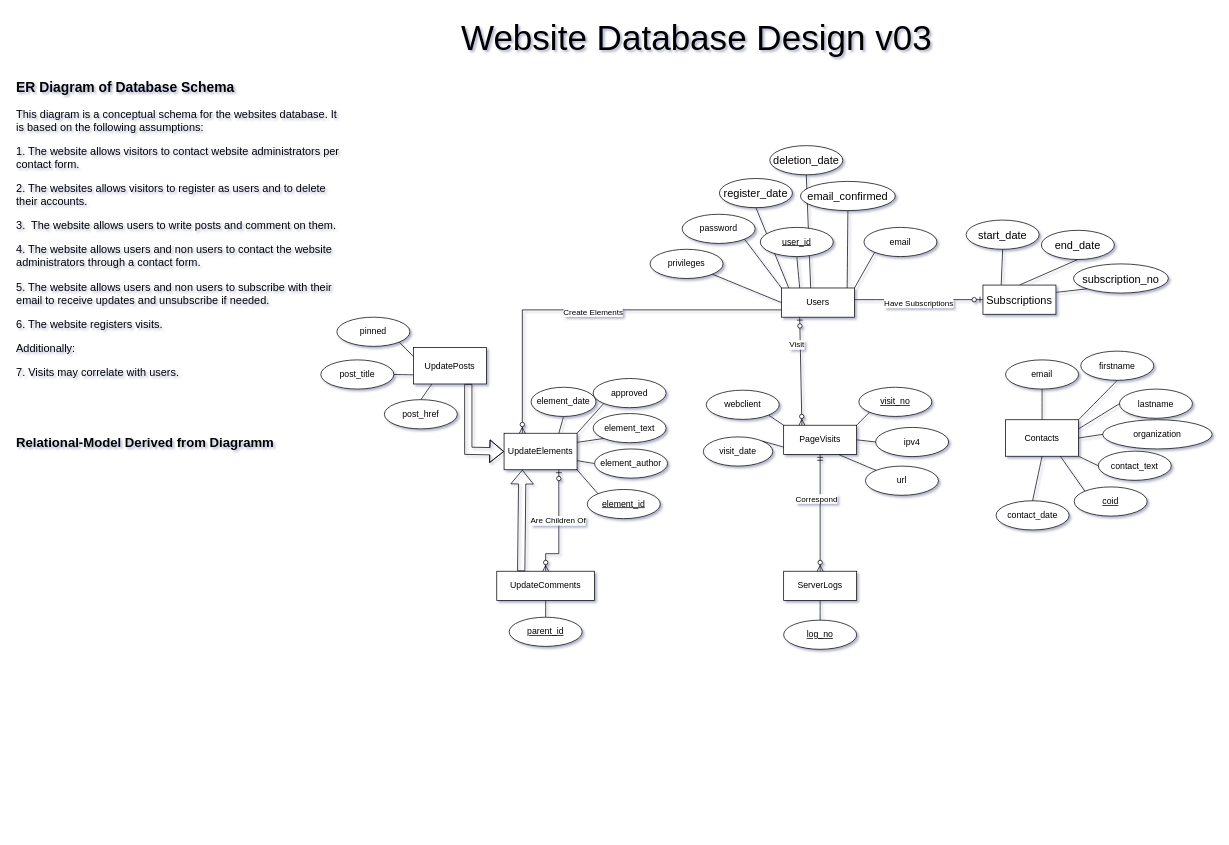
Earlier version of the draw.io diagram website/db/design/schema_v03.drawio (colinhex/website). Source tidied: cells renumbered, new cells numbered last; positions are measured from the earlier drawing's top-left corner, leaving out a move shared by most shapes. Both pictures are drawn from the tidied source at 73%, with x=0, y=0 at pixel (12, 12).
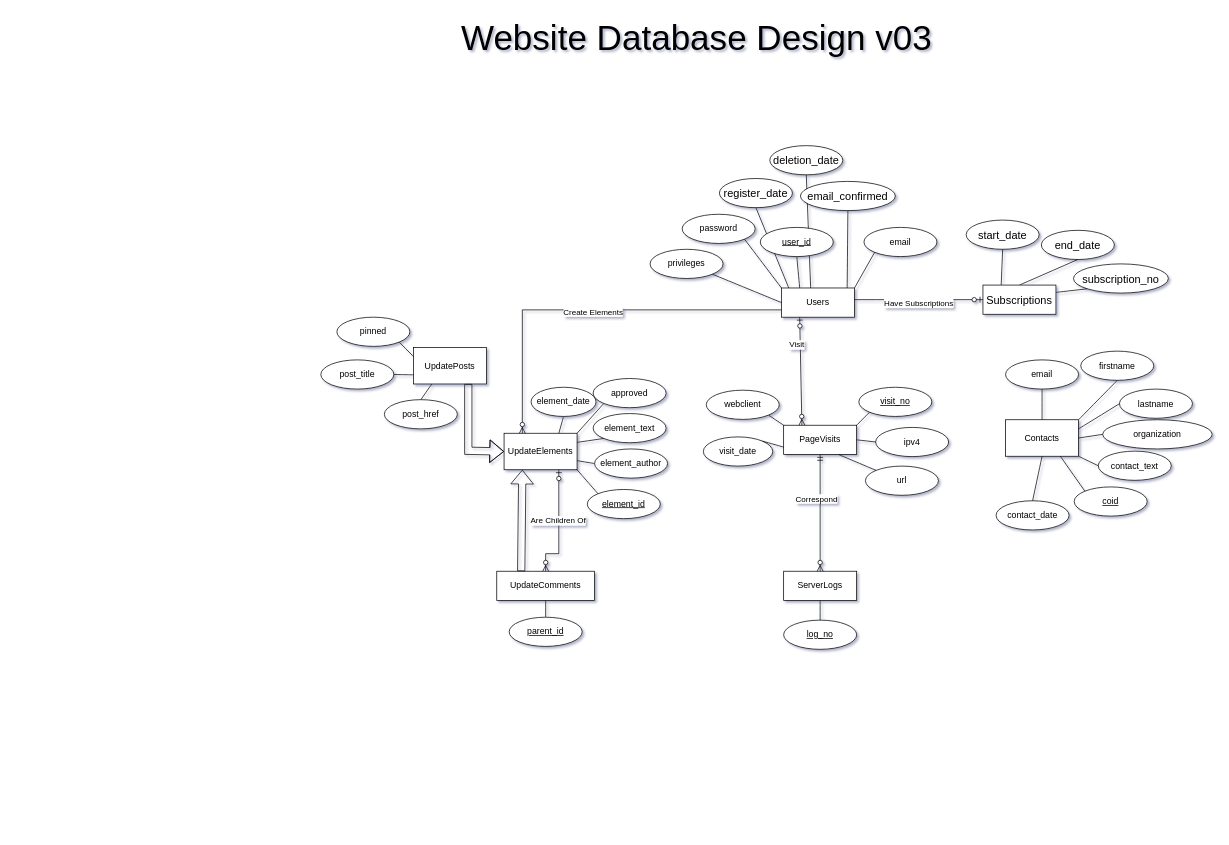
After the change.

Change to the diagram source:
```diff
@@
-    <mxCell id="37" value="&lt;h1 style=&quot;font-size: 19px&quot;&gt;ER Diagram of Database Schema&lt;/h1&gt;&lt;p style=&quot;font-size: 15px&quot;&gt;This diagram is a conceptual schema for the websites database. It is based on the following assumptions:&lt;/p&gt;&lt;p style=&quot;font-size: 15px&quot;&gt;1. The website allows visitors to contact website administrators per contact form.&lt;/p&gt;&lt;p style=&quot;font-size: 15px&quot;&gt;2. The websites allows visitors to register as users and to delete their accounts.&lt;/p&gt;&lt;p style=&quot;font-size: 15px&quot;&gt;&lt;span&gt;3.&amp;nbsp; The website allows users to write posts and comment on them.&amp;nbsp;&lt;/span&gt;&lt;br&gt;&lt;/p&gt;&lt;p style=&quot;font-size: 15px&quot;&gt;4. The website allows users and non users to contact the website administrators through a contact form.&lt;/p&gt;&lt;p style=&quot;font-size: 15px&quot;&gt;5. The website allows users and non users to subscribe with their email to receive updates and unsubscribe if needed.&lt;/p&gt;&lt;p style=&quot;font-size: 15px&quot;&gt;6. The website registers visits.&lt;/p&gt;&lt;p style=&quot;font-size: 15px&quot;&gt;Additionally:&lt;/p&gt;&lt;p style=&quot;font-size: 15px&quot;&gt;7. Visits may correlate with users.&lt;/p&gt;&lt;p style=&quot;font-size: 15px&quot;&gt;&lt;br&gt;&lt;/p&gt;" style="text;html=1;strokeColor=none;fillColor=none;spacing=5;spacingTop=-20;whiteSpace=wrap;overflow=hidden;fontSize=19;" parent="1" vertex="1">
-      <mxGeometry y="89" width="460" height="540" as="geometry" />
-    </mxCell>
@@
-    <mxCell id="53" value="&lt;h1&gt;&lt;font style=&quot;font-size: 18px&quot;&gt;Relational-Model Derived from Diagramm&lt;/font&gt;&lt;/h1&gt;&lt;div&gt;&lt;br&gt;&lt;/div&gt;&lt;div&gt;&lt;br&gt;&lt;/div&gt;&lt;div&gt;&lt;br&gt;&lt;/div&gt;&lt;div&gt;&lt;br&gt;&lt;/div&gt;&lt;div&gt;&lt;br&gt;&lt;/div&gt;&lt;div&gt;&lt;br&gt;&lt;/div&gt;&lt;div&gt;&lt;br&gt;&lt;/div&gt;&lt;div&gt;&lt;br&gt;&lt;/div&gt;&lt;div&gt;&lt;br&gt;&lt;/div&gt;" style="text;html=1;strokeColor=none;fillColor=none;spacing=5;spacingTop=-20;whiteSpace=wrap;overflow=hidden;fontSize=15;" parent="1" vertex="1">
-      <mxGeometry y="557" width="490" height="560" as="geometry" />
-    </mxCell>
```
